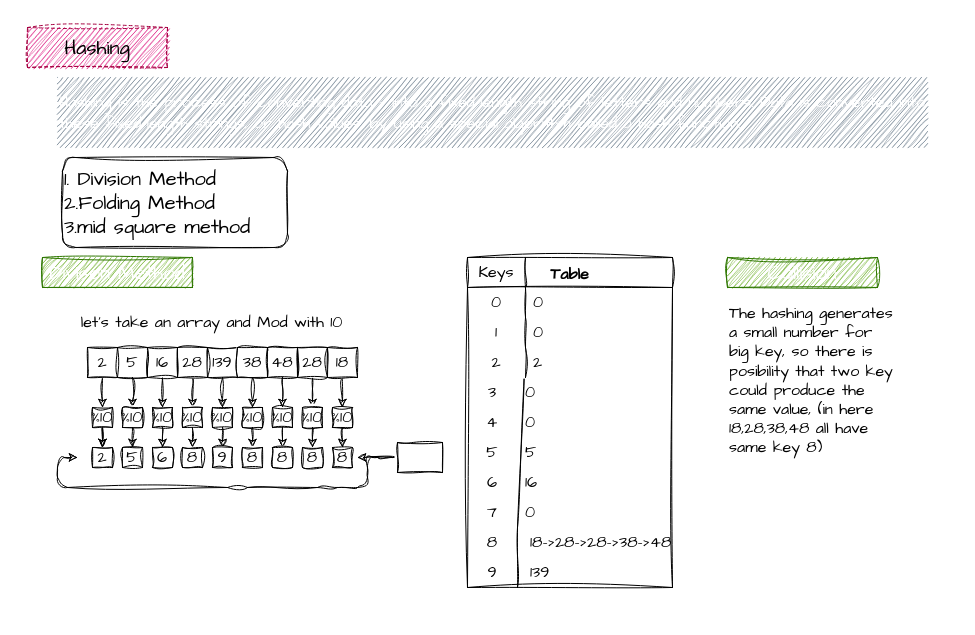
Ankan5960/MaxTac-challenge keeps this draw.io diagram as Day-4/hashing.drawio. Above is the earlier version. Source tidied: cells renumbered, new cells numbered last; positions are measured from the earlier drawing's top-left corner, leaving out a move shared by most shapes. Both pictures are drawn from the tidied source at 100%, with x=0, y=0 at pixel (27, 27).
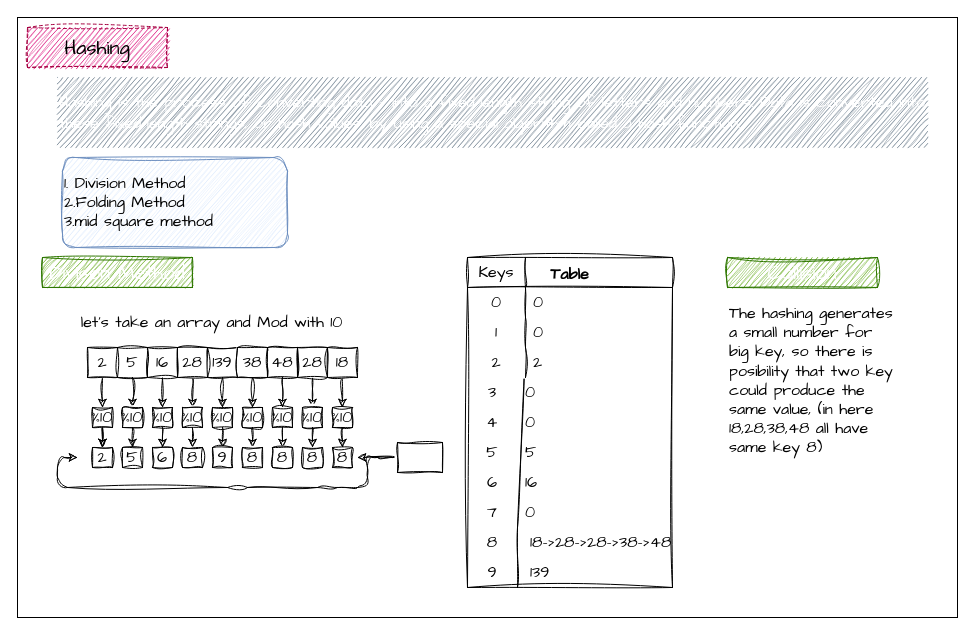
Above is the later version.

What changed in the source:
```diff
@@
-    <mxCell id="3" value="1. Division Method&lt;br&gt;&lt;div style=&quot;&quot;&gt;&lt;span style=&quot;background-color: initial;&quot;&gt;2.Folding Method&lt;/span&gt;&lt;/div&gt;&lt;div style=&quot;&quot;&gt;&lt;span style=&quot;background-color: initial;&quot;&gt;3.mid square method&lt;/span&gt;&lt;/div&gt;" style="rounded=1;whiteSpace=wrap;html=1;sketch=1;hachureGap=4;jiggle=2;curveFitting=1;fontFamily=Architects Daughter;fontSize=20;align=left;" parent="1" vertex="1">
+    <mxCell id="3" value="1. Division Method&lt;br style=&quot;font-size: 16px;&quot;&gt;&lt;div style=&quot;font-size: 16px;&quot;&gt;&lt;span style=&quot;background-color: initial; font-size: 16px;&quot;&gt;2.Folding Method&lt;/span&gt;&lt;/div&gt;&lt;div style=&quot;font-size: 16px;&quot;&gt;&lt;span style=&quot;background-color: initial; font-size: 16px;&quot;&gt;3.mid square method&lt;/span&gt;&lt;/div&gt;" style="rounded=1;whiteSpace=wrap;html=1;sketch=1;hachureGap=4;jiggle=2;curveFitting=1;fontFamily=Architects Daughter;fontSize=16;align=left;fillColor=#dae8fc;strokeColor=#6c8ebf;" parent="1" vertex="1">
       <mxGeometry x="35" y="130" width="225" height="90" as="geometry" />
     </mxCell>
@@
+    <mxCell id="91" style="whiteSpace=wrap;html=1;fillColor=none;" parent="1" vertex="1">
+      <mxGeometry x="-10" y="-10" width="940" height="600" as="geometry" />
+    </mxCell>
```
